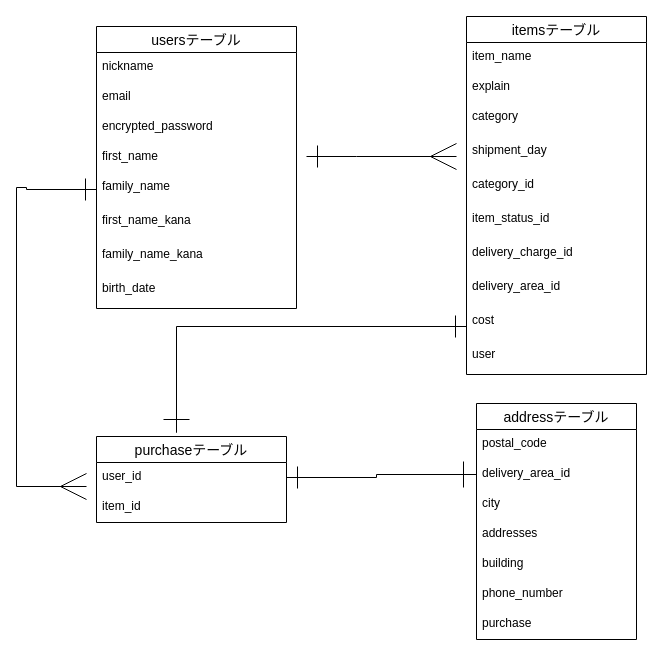
Earlier version of the draw.io diagram furima.dio (daior1005/furima-35843). Source tidied: cells renumbered, new cells numbered last; positions are measured from the earlier drawing's top-left corner, leaving out a move shared by most shapes. Both pictures are drawn from the tidied source at 100%, with x=0, y=0 at pixel (16, 16).
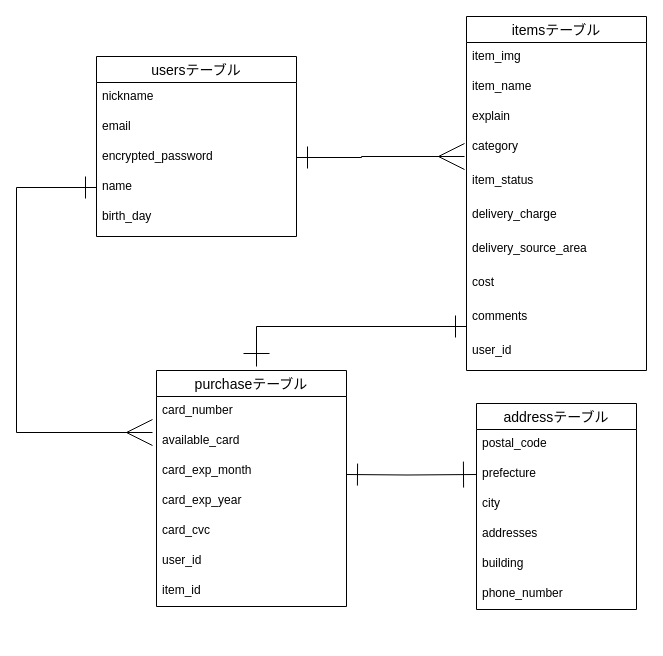
Above is the later version.

Commit message:
データベース設計

Unchanged cells that the change refers to:
```xml
<mxCell id="5" value="encrypted_password" style="text;strokeColor=none;fillColor=none;spacingLeft=4;spacingRight=4;overflow=hidden;points=[[0,0.5],[1,0.5]];portConstraint=eastwest;fontSize=12;" parent="2" vertex="1">
  <mxGeometry y="86" width="200" height="30" as="geometry" />
</mxCell>
```

The edit, as a diff of the source:
```diff
@@
     <mxCell id="2" value="usersテーブル" style="swimlane;fontStyle=0;horizontal=1;startSize=26;align=center;fontSize=14;" parent="1" vertex="1">
-      <mxGeometry x="80" y="10" width="200" height="282" as="geometry" />
+      <mxGeometry x="80" y="40" width="200" height="180" as="geometry" />
     </mxCell>
@@
-    <mxCell id="6" value="first_name" style="text;strokeColor=none;fillColor=none;spacingLeft=4;spacingRight=4;overflow=hidden;points=[[0,0.5],[1,0.5]];portConstraint=eastwest;fontSize=12;" parent="2" vertex="1">
+    <mxCell id="6" value="name" style="text;strokeColor=none;fillColor=none;spacingLeft=4;spacingRight=4;overflow=hidden;points=[[0,0.5],[1,0.5]];portConstraint=eastwest;fontSize=12;" parent="2" vertex="1">
       <mxGeometry y="116" width="200" height="30" as="geometry" />
     </mxCell>
-    <mxCell id="7" value="family_name" style="text;strokeColor=none;fillColor=none;spacingLeft=4;spacingRight=4;overflow=hidden;points=[[0,0.5],[1,0.5]];portConstraint=eastwest;fontSize=12;" parent="2" vertex="1">
-      <mxGeometry y="146" width="200" height="34" as="geometry" />
-    </mxCell>
-    <mxCell id="8" value="first_name_kana" style="text;strokeColor=none;fillColor=none;spacingLeft=4;spacingRight=4;overflow=hidden;fontSize=12;" parent="2" vertex="1">
-      <mxGeometry y="180" width="200" height="34" as="geometry" />
-    </mxCell>
-    <mxCell id="9" value="family_name_kana" style="text;strokeColor=none;fillColor=none;spacingLeft=4;spacingRight=4;overflow=hidden;fontSize=12;" parent="2" vertex="1">
-      <mxGeometry y="214" width="200" height="34" as="geometry" />
-    </mxCell>
-    <mxCell id="10" value="birth_date" style="text;strokeColor=none;fillColor=none;spacingLeft=4;spacingRight=4;overflow=hidden;fontSize=12;" parent="2" vertex="1">
-      <mxGeometry y="248" width="200" height="34" as="geometry" />
+    <mxCell id="10" value="birth_day" style="text;strokeColor=none;fillColor=none;spacingLeft=4;spacingRight=4;overflow=hidden;fontSize=12;" parent="2" vertex="1">
+      <mxGeometry y="146" width="200" height="34" as="geometry" />
     </mxCell>
     <mxCell id="11" value="itemsテーブル" style="swimlane;fontStyle=0;horizontal=1;startSize=26;align=center;fontSize=14;" parent="1" vertex="1">
-      <mxGeometry x="450" width="180" height="358" as="geometry" />
+      <mxGeometry x="450" width="180" height="354" as="geometry" />
     </mxCell>
+    <mxCell id="37" value="item_img" style="text;strokeColor=none;fillColor=none;spacingLeft=4;spacingRight=4;overflow=hidden;fontSize=12;" parent="11" vertex="1">
+      <mxGeometry y="26" width="180" height="30" as="geometry" />
+    </mxCell>
     <mxCell id="12" value="item_name" style="text;strokeColor=none;fillColor=none;spacingLeft=4;spacingRight=4;overflow=hidden;fontSize=12;" parent="11" vertex="1">
-      <mxGeometry y="26" width="180" height="30" as="geometry" />
+      <mxGeometry y="56" width="180" height="30" as="geometry" />
     </mxCell>
     <mxCell id="13" value="explain" style="text;strokeColor=none;fillColor=none;spacingLeft=4;spacingRight=4;overflow=hidden;fontSize=12;" parent="11" vertex="1">
-      <mxGeometry y="56" width="180" height="30" as="geometry" />
+      <mxGeometry y="86" width="180" height="30" as="geometry" />
     </mxCell>
     <mxCell id="14" value="category" style="text;strokeColor=none;fillColor=none;spacingLeft=4;spacingRight=4;overflow=hidden;points=[[0,0.5],[1,0.5]];portConstraint=eastwest;fontSize=12;" parent="11" vertex="1">
-      <mxGeometry y="86" width="180" height="34" as="geometry" />
+      <mxGeometry y="116" width="180" height="34" as="geometry" />
     </mxCell>
-    <mxCell id="15" value="shipment_day" style="text;strokeColor=none;fillColor=none;spacingLeft=4;spacingRight=4;overflow=hidden;fontSize=12;" parent="11" vertex="1">
-      <mxGeometry y="120" width="180" height="34" as="geometry" />
+    <mxCell id="15" value="item_status" style="text;strokeColor=none;fillColor=none;spacingLeft=4;spacingRight=4;overflow=hidden;fontSize=12;" parent="11" vertex="1">
+      <mxGeometry y="150" width="180" height="34" as="geometry" />
     </mxCell>
-    <mxCell id="16" value="category_id" style="text;strokeColor=none;fillColor=none;spacingLeft=4;spacingRight=4;overflow=hidden;fontSize=12;" parent="11" vertex="1">
-      <mxGeometry y="154" width="180" height="34" as="geometry" />
+    <mxCell id="16" value="delivery_charge" style="text;strokeColor=none;fillColor=none;spacingLeft=4;spacingRight=4;overflow=hidden;fontSize=12;" parent="11" vertex="1">
+      <mxGeometry y="184" width="180" height="34" as="geometry" />
     </mxCell>
-    <mxCell id="17" value="item_status_id" style="text;strokeColor=none;fillColor=none;spacingLeft=4;spacingRight=4;overflow=hidden;fontSize=12;" parent="11" vertex="1">
-      <mxGeometry y="188" width="180" height="34" as="geometry" />
+    <mxCell id="17" value="delivery_source_area" style="text;strokeColor=none;fillColor=none;spacingLeft=4;spacingRight=4;overflow=hidden;fontSize=12;" parent="11" vertex="1">
+      <mxGeometry y="218" width="180" height="34" as="geometry" />
     </mxCell>
-    <mxCell id="18" value="delivery_charge_id" style="text;strokeColor=none;fillColor=none;spacingLeft=4;spacingRight=4;overflow=hidden;fontSize=12;" parent="11" vertex="1">
-      <mxGeometry y="222" width="180" height="34" as="geometry" />
+    <mxCell id="18" value="cost" style="text;strokeColor=none;fillColor=none;spacingLeft=4;spacingRight=4;overflow=hidden;fontSize=12;" parent="11" vertex="1">
+      <mxGeometry y="252" width="180" height="34" as="geometry" />
     </mxCell>
-    <mxCell id="19" value="delivery_area_id" style="text;strokeColor=none;fillColor=none;spacingLeft=4;spacingRight=4;overflow=hidden;fontSize=12;" parent="11" vertex="1">
-      <mxGeometry y="256" width="180" height="34" as="geometry" />
+    <mxCell id="19" value="comments" style="text;strokeColor=none;fillColor=none;spacingLeft=4;spacingRight=4;overflow=hidden;fontSize=12;" parent="11" vertex="1">
+      <mxGeometry y="286" width="180" height="34" as="geometry" />
     </mxCell>
-    <mxCell id="20" value="cost" style="text;strokeColor=none;fillColor=none;spacingLeft=4;spacingRight=4;overflow=hidden;fontSize=12;" parent="11" vertex="1">
-      <mxGeometry y="290" width="180" height="34" as="geometry" />
-    </mxCell>
-    <mxCell id="21" value="user" style="text;strokeColor=none;fillColor=none;spacingLeft=4;spacingRight=4;overflow=hidden;fontSize=12;" parent="11" vertex="1">
-      <mxGeometry y="324" width="180" height="34" as="geometry" />
+    <mxCell id="21" value="user_id" style="text;strokeColor=none;fillColor=none;spacingLeft=4;spacingRight=4;overflow=hidden;fontSize=12;" parent="11" vertex="1">
+      <mxGeometry y="320" width="180" height="34" as="geometry" />
     </mxCell>
     <mxCell id="22" value="purchaseテーブル" style="swimlane;fontStyle=0;horizontal=1;startSize=26;align=center;fontSize=14;" parent="1" vertex="1">
-      <mxGeometry x="80" y="420" width="190" height="86" as="geometry" />
+      <mxGeometry x="140" y="354" width="190" height="236" as="geometry" />
     </mxCell>
+    <mxCell id="38" value="card_number" style="text;strokeColor=none;fillColor=none;spacingLeft=4;spacingRight=4;overflow=hidden;fontSize=12;" parent="22" vertex="1">
+      <mxGeometry y="26" width="190" height="30" as="geometry" />
+    </mxCell>
+    <mxCell id="39" value="available_card&#10;" style="text;strokeColor=none;fillColor=none;spacingLeft=4;spacingRight=4;overflow=hidden;points=[[0,0.5],[1,0.5]];portConstraint=eastwest;fontSize=12;" parent="22" vertex="1">
+      <mxGeometry y="56" width="190" height="30" as="geometry" />
+    </mxCell>
+    <mxCell id="40" value="card_exp_month" style="text;strokeColor=none;fillColor=none;spacingLeft=4;spacingRight=4;overflow=hidden;fontSize=12;" parent="22" vertex="1">
+      <mxGeometry y="86" width="190" height="30" as="geometry" />
+    </mxCell>
+    <mxCell id="41" value="card_exp_year" style="text;strokeColor=none;fillColor=none;spacingLeft=4;spacingRight=4;overflow=hidden;fontSize=12;" parent="22" vertex="1">
+      <mxGeometry y="116" width="190" height="30" as="geometry" />
+    </mxCell>
+    <mxCell id="42" value="card_cvc" style="text;strokeColor=none;fillColor=none;spacingLeft=4;spacingRight=4;overflow=hidden;fontSize=12;" parent="22" vertex="1">
+      <mxGeometry y="146" width="190" height="30" as="geometry" />
+    </mxCell>
     <mxCell id="23" value="user_id" style="text;strokeColor=none;fillColor=none;spacingLeft=4;spacingRight=4;overflow=hidden;points=[[0,0.5],[1,0.5]];portConstraint=eastwest;fontSize=12;" parent="22" vertex="1">
-      <mxGeometry y="26" width="190" height="30" as="geometry" />
+      <mxGeometry y="176" width="190" height="30" as="geometry" />
     </mxCell>
     <mxCell id="24" value="item_id" style="text;strokeColor=none;fillColor=none;spacingLeft=4;spacingRight=4;overflow=hidden;fontSize=12;" parent="22" vertex="1">
-      <mxGeometry y="56" width="190" height="30" as="geometry" />
+      <mxGeometry y="206" width="190" height="30" as="geometry" />
     </mxCell>
-    <mxCell id="25" style="edgeStyle=orthogonalEdgeStyle;rounded=0;orthogonalLoop=1;jettySize=auto;html=1;endArrow=ERmany;endFill=0;startArrow=ERone;startFill=0;endSize=24;startSize=20;" parent="1" edge="1">
+    <mxCell id="25" style="edgeStyle=orthogonalEdgeStyle;rounded=0;jettySize=auto;html=1;endArrow=ERmany;endFill=0;startArrow=ERone;startFill=0;endSize=24;startSize=20;entryX=-0.011;entryY=0.706;entryDx=0;entryDy=0;entryPerimeter=0;" parent="1" edge="1" source="5" target="14">
       <mxGeometry relative="1" as="geometry">
-        <mxPoint x="290" y="140" as="sourcePoint" />
-        <mxPoint x="440" y="140" as="targetPoint" />
         <Array as="points">
-          <mxPoint x="340" y="140" />
-          <mxPoint x="340" y="140" />
+          <mxPoint x="345" y="141" />
+          <mxPoint x="345" y="140" />
         </Array>
       </mxGeometry>
     </mxCell>
     <mxCell id="26" value="addressテーブル" style="swimlane;fontStyle=0;horizontal=1;startSize=26;align=center;fontSize=14;" parent="1" vertex="1">
-      <mxGeometry x="460" y="387" width="160" height="236" as="geometry" />
+      <mxGeometry x="460" y="387" width="160" height="206" as="geometry" />
     </mxCell>
@@
-    <mxCell id="28" value="delivery_area_id" style="text;strokeColor=none;fillColor=none;spacingLeft=4;spacingRight=4;overflow=hidden;points=[[0,0.5],[1,0.5]];portConstraint=eastwest;fontSize=12;" parent="26" vertex="1">
+    <mxCell id="28" value="prefecture" style="text;strokeColor=none;fillColor=none;spacingLeft=4;spacingRight=4;overflow=hidden;points=[[0,0.5],[1,0.5]];portConstraint=eastwest;fontSize=12;" parent="26" vertex="1">
       <mxGeometry y="56" width="160" height="30" as="geometry" />
     </mxCell>
@@
-    <mxCell id="32" value="phone_number" style="text;strokeColor=none;fillColor=none;spacingLeft=4;spacingRight=4;overflow=hidden;fontSize=12;" parent="26" vertex="1">
-      <mxGeometry y="176" width="160" height="30" as="geometry" />
-    </mxCell>
-    <mxCell id="33" value="purchase" style="text;strokeColor=none;fillColor=none;spacingLeft=4;spacingRight=4;overflow=hidden;fontSize=12;" parent="26" vertex="1">
-      <mxGeometry y="206" width="160" height="30" as="geometry" />
+    <mxCell id="33" value="phone_number" style="text;strokeColor=none;fillColor=none;spacingLeft=4;spacingRight=4;overflow=hidden;fontSize=12;" parent="26" vertex="1">
+      <mxGeometry y="176" width="160" height="30" as="geometry" />
     </mxCell>
-    <mxCell id="34" style="edgeStyle=orthogonalEdgeStyle;rounded=0;jettySize=auto;html=1;startArrow=ERone;startFill=0;endArrow=ERmany;endFill=0;startSize=20;endSize=24;exitX=0;exitY=0.5;exitDx=0;exitDy=0;" parent="1" edge="1" source="7">
+    <mxCell id="34" style="edgeStyle=orthogonalEdgeStyle;rounded=0;jettySize=auto;html=1;startArrow=ERone;startFill=0;endArrow=ERmany;endFill=0;startSize=20;endSize=24;entryX=-0.021;entryY=0.2;entryDx=0;entryDy=0;entryPerimeter=0;" parent="1" edge="1" source="6" target="39">
       <mxGeometry relative="1" as="geometry">
-        <mxPoint x="70" y="470" as="targetPoint" />
         <Array as="points">
-          <mxPoint x="10" y="173" />
-          <mxPoint x="10" y="171" />
           <mxPoint y="171" />
-          <mxPoint y="470" />
+          <mxPoint y="416" />
         </Array>
       </mxGeometry>
     </mxCell>
-    <mxCell id="35" style="edgeStyle=orthogonalEdgeStyle;rounded=0;jettySize=auto;html=1;entryX=0;entryY=0.5;entryDx=0;entryDy=0;startArrow=ERone;startFill=0;endArrow=ERone;endFill=0;startSize=20;endSize=24;exitX=1;exitY=0.5;exitDx=0;exitDy=0;" parent="1" edge="1" source="23" target="28">
+    <mxCell id="35" style="edgeStyle=orthogonalEdgeStyle;rounded=0;jettySize=auto;html=1;entryX=0;entryY=0.5;entryDx=0;entryDy=0;startArrow=ERone;startFill=0;endArrow=ERone;endFill=0;startSize=20;endSize=24;" parent="1" edge="1" target="28">
       <mxGeometry relative="1" as="geometry">
-        <Array as="points">
-          <mxPoint x="360" y="461" />
-          <mxPoint x="360" y="458" />
-        </Array>
+        <mxPoint x="330" y="458" as="sourcePoint" />
       </mxGeometry>
     </mxCell>
     <mxCell id="36" style="edgeStyle=orthogonalEdgeStyle;rounded=0;orthogonalLoop=1;jettySize=auto;html=1;startArrow=ERone;startFill=0;endArrow=ERone;endFill=0;startSize=20;endSize=24;" parent="1" edge="1">
       <mxGeometry relative="1" as="geometry">
         <mxPoint x="450" y="310" as="sourcePoint" />
-        <mxPoint x="160" y="390" as="targetPoint" />
+        <mxPoint x="240" y="350" as="targetPoint" />
         <Array as="points">
-          <mxPoint x="160" y="310" />
-          <mxPoint x="160" y="416" />
+          <mxPoint x="240" y="310" />
         </Array>
       </mxGeometry>
     </mxCell>
```
